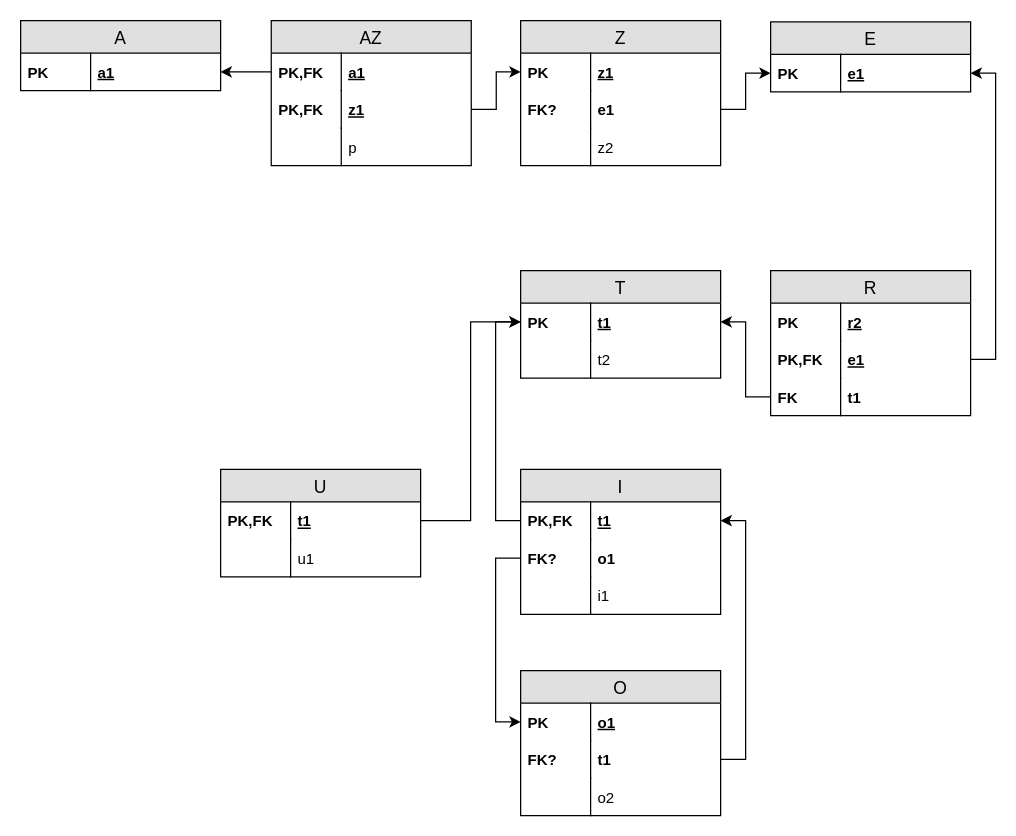
Above: workshops/04-relationeel_model/solutions/exercise-7.drawio in HOGENT-Databases/DB1-Workshops (draw.io), before the change. Source tidied: cells renumbered, new cells numbered last; positions are measured from the earlier drawing's top-left corner, leaving out a move shared by most shapes. Both pictures are drawn from the tidied source at 125%, with x=0, y=0 at pixel (20, 20).
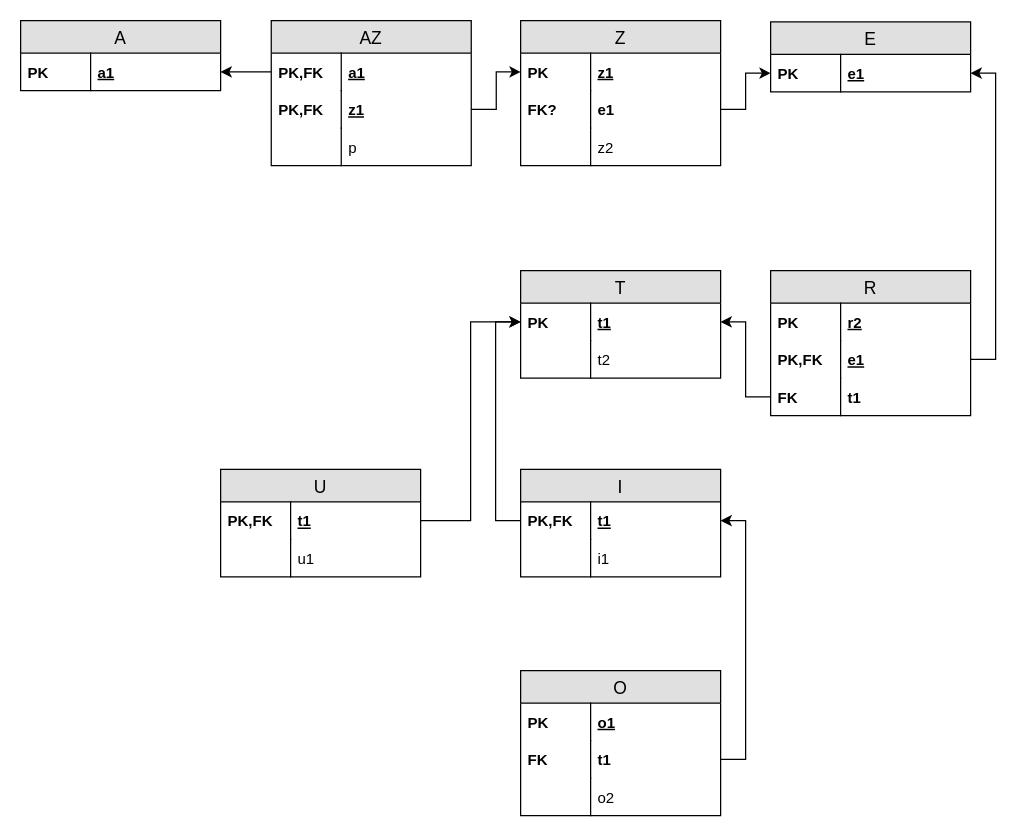
The same page after the edit.

Unchanged cells that the change refers to:
```xml
<mxCell id="54" value="o1" style="shape=partialRectangle;top=0;left=0;right=0;bottom=0;align=left;verticalAlign=middle;fillColor=none;spacingLeft=60;spacingRight=4;overflow=hidden;points=[[0,0.5],[1,0.5]];portConstraint=eastwest;fontStyle=5;fontSize=12;" parent="53" vertex="1">
  <mxGeometry y="26" width="160" height="30" as="geometry" />
</mxCell>
<mxCell id="56" value="t1" style="shape=partialRectangle;top=0;left=0;right=0;bottom=0;align=left;verticalAlign=middle;fillColor=none;spacingLeft=60;spacingRight=4;overflow=hidden;points=[[0,0.5],[1,0.5]];portConstraint=eastwest;fontStyle=1;fontSize=12;" parent="53" vertex="1">
  <mxGeometry y="56" width="160" height="30" as="geometry" />
</mxCell>
```

What changed in the source:
```diff
@@
     <mxCell id="45" value="I" style="swimlane;fontStyle=0;horizontal=1;startSize=26;fillColor=#e0e0e0;swimlaneFillColor=#ffffff;align=center;fontSize=14;" parent="1" vertex="1">
-      <mxGeometry x="400" y="359" width="160" height="116" as="geometry" />
+      <mxGeometry x="400" y="359" width="160" height="86" as="geometry" />
     </mxCell>
@@
-    <mxCell id="48" value="o1" style="shape=partialRectangle;top=0;left=0;right=0;bottom=0;align=left;verticalAlign=middle;fillColor=none;spacingLeft=60;spacingRight=4;overflow=hidden;points=[[0,0.5],[1,0.5]];portConstraint=eastwest;fontStyle=1;fontSize=12;" parent="45" vertex="1">
-      <mxGeometry y="56" width="160" height="30" as="geometry" />
-    </mxCell>
-    <mxCell id="49" value="FK?" style="shape=partialRectangle;fontStyle=1;top=0;left=0;bottom=0;fillColor=none;align=left;verticalAlign=middle;spacingLeft=4;spacingRight=4;overflow=hidden;fontSize=12;" parent="48" vertex="1">
-      <mxGeometry width="56" height="30" as="geometry" />
-    </mxCell>
     <mxCell id="50" value="i1" style="shape=partialRectangle;top=0;left=0;right=0;bottom=0;align=left;verticalAlign=middle;fillColor=none;spacingLeft=60;spacingRight=4;overflow=hidden;fontStyle=0;fontSize=12;" parent="45" vertex="1">
-      <mxGeometry y="86" width="160" height="30" as="geometry" />
+      <mxGeometry y="56" width="160" height="30" as="geometry" />
     </mxCell>
@@
-    <mxCell id="57" value="FK?" style="shape=partialRectangle;fontStyle=1;top=0;left=0;bottom=0;fillColor=none;align=left;verticalAlign=middle;spacingLeft=4;spacingRight=4;overflow=hidden;fontSize=12;" parent="56" vertex="1">
+    <mxCell id="57" value="FK" style="shape=partialRectangle;fontStyle=1;top=0;left=0;bottom=0;fillColor=none;align=left;verticalAlign=middle;spacingLeft=4;spacingRight=4;overflow=hidden;fontSize=12;" parent="56" vertex="1">
       <mxGeometry width="56" height="30" as="geometry" />
     </mxCell>
@@
-    <mxCell id="61" style="edgeStyle=orthogonalEdgeStyle;rounded=0;jettySize=auto;html=1;exitX=0;exitY=0.5;exitDx=0;exitDy=0;entryX=0;entryY=0.5;entryDx=0;entryDy=0;endArrow=none;endFill=0;startArrow=classic;startFill=1;" parent="1" edge="1" source="54" target="48">
-      <mxGeometry relative="1" as="geometry" />
-    </mxCell>
```
